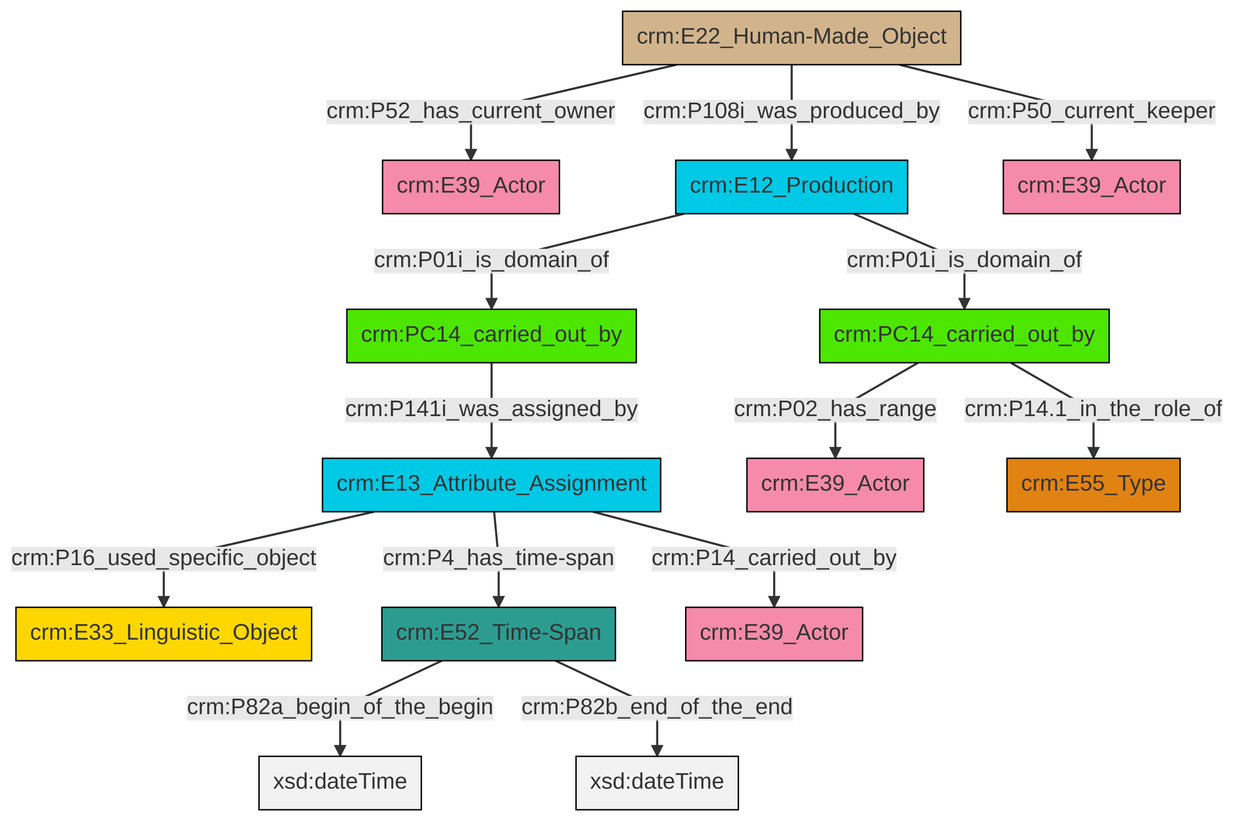
swiss-art-research-net/docs.swissartresearch keeps this Mermaid diagram as et/carrierCSV/ttl/mmd/png/carrier_relations.png. Above is the earlier version. Its source is kept beside it as et/carrierCSV/ttl/mmd/carrier_relations.ttl.mmd.
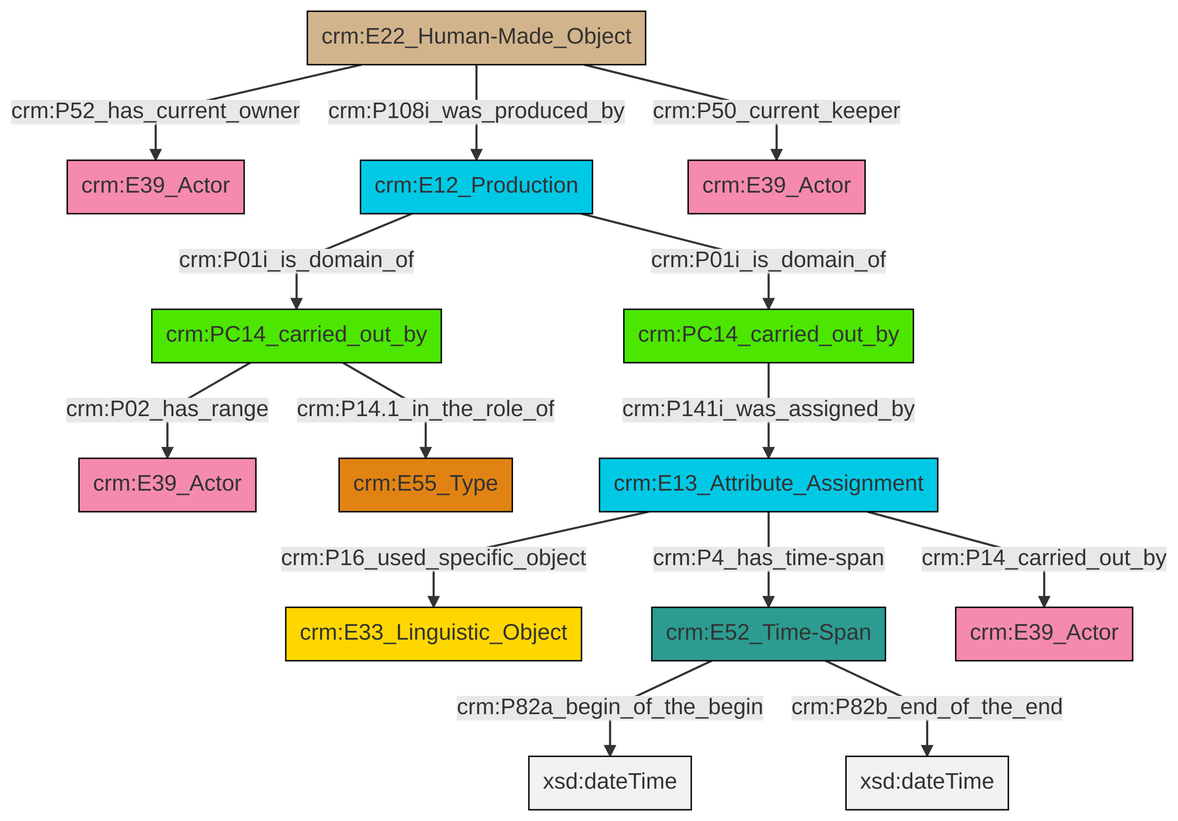
After the change.

Change to the diagram source:
```diff
@@ -13,16 +13,16 @@
 classDef PC_Classes fill:#4ce600, stroke:#000000;
 classDef Multi fill:#cccccc,stroke:#000000;
 
-0["crm:E52_Time-Span"]:::Time-Span -->|crm:P82a_begin_of_the_begin| 1[xsd:dateTime]:::Literal
-6["crm:PC14_carried_out_by"]:::PC_Classes -->|crm:P02_has_range| 7["crm:E39_Actor"]:::Actor
-8["crm:E22_Human-Made_Object"]:::Physical_Thing -->|crm:P52_has_current_owner| 9["crm:E39_Actor"]:::Actor
-8["crm:E22_Human-Made_Object"]:::Physical_Thing -->|crm:P108i_was_produced_by| 11["crm:E12_Production"]:::Temporal_Entity
-12["crm:E13_Attribute_Assignment"]:::Temporal_Entity -->|crm:P16_used_specific_object| 2["crm:E33_Linguistic_Object"]:::Conceptual_Object
-13["crm:PC14_carried_out_by"]:::PC_Classes -->|crm:P141i_was_assigned_by| 12["crm:E13_Attribute_Assignment"]:::Temporal_Entity
-11["crm:E12_Production"]:::Temporal_Entity -->|crm:P01i_is_domain_of| 13["crm:PC14_carried_out_by"]:::PC_Classes
-6["crm:PC14_carried_out_by"]:::PC_Classes -->|crm:P14.1_in_the_role_of| 16["crm:E55_Type"]:::Type
-11["crm:E12_Production"]:::Temporal_Entity -->|crm:P01i_is_domain_of| 6["crm:PC14_carried_out_by"]:::PC_Classes
-12["crm:E13_Attribute_Assignment"]:::Temporal_Entity -->|crm:P4_has_time-span| 0["crm:E52_Time-Span"]:::Time-Span
-8["crm:E22_Human-Made_Object"]:::Physical_Thing -->|crm:P50_current_keeper| 4["crm:E39_Actor"]:::Actor
-0["crm:E52_Time-Span"]:::Time-Span -->|crm:P82b_end_of_the_end| 20[xsd:dateTime]:::Literal
-12["crm:E13_Attribute_Assignment"]:::Temporal_Entity -->|crm:P14_carried_out_by| 23["crm:E39_Actor"]:::Actor
+0["crm:PC14_carried_out_by"]:::PC_Classes -->|crm:P02_has_range| 2["crm:E39_Actor"]:::Actor
+6["crm:E22_Human-Made_Object"]:::Physical_Thing -->|crm:P52_has_current_owner| 7["crm:E39_Actor"]:::Actor
+8["crm:E13_Attribute_Assignment"]:::Temporal_Entity -->|crm:P16_used_specific_object| 9["crm:E33_Linguistic_Object"]:::Conceptual_Object
+10["crm:E12_Production"]:::Temporal_Entity -->|crm:P01i_is_domain_of| 0["crm:PC14_carried_out_by"]:::PC_Classes
+13["crm:PC14_carried_out_by"]:::PC_Classes -->|crm:P141i_was_assigned_by| 8["crm:E13_Attribute_Assignment"]:::Temporal_Entity
+6["crm:E22_Human-Made_Object"]:::Physical_Thing -->|crm:P108i_was_produced_by| 10["crm:E12_Production"]:::Temporal_Entity
+8["crm:E13_Attribute_Assignment"]:::Temporal_Entity -->|crm:P4_has_time-span| 11["crm:E52_Time-Span"]:::Time-Span
+0["crm:PC14_carried_out_by"]:::PC_Classes -->|crm:P14.1_in_the_role_of| 19["crm:E55_Type"]:::Type
+8["crm:E13_Attribute_Assignment"]:::Temporal_Entity -->|crm:P14_carried_out_by| 4["crm:E39_Actor"]:::Actor
+11["crm:E52_Time-Span"]:::Time-Span -->|crm:P82a_begin_of_the_begin| 21[xsd:dateTime]:::Literal
+11["crm:E52_Time-Span"]:::Time-Span -->|crm:P82b_end_of_the_end| 22[xsd:dateTime]:::Literal
+10["crm:E12_Production"]:::Temporal_Entity -->|crm:P01i_is_domain_of| 13["crm:PC14_carried_out_by"]:::PC_Classes
+6["crm:E22_Human-Made_Object"]:::Physical_Thing -->|crm:P50_current_keeper| 14["crm:E39_Actor"]:::Actor
```
